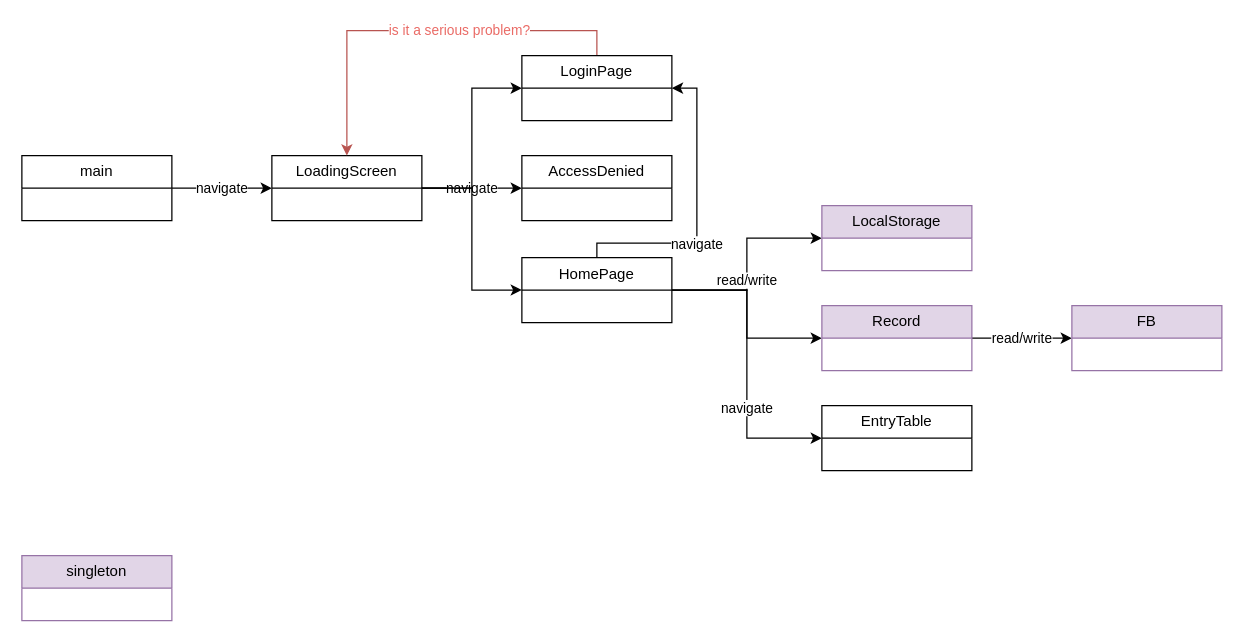
The draw.io diagram docs/class_diagram.drawio in JD1411GH/nitya_seva, before the edit. Source tidied: cells renumbered, new cells numbered last; positions are measured from the earlier drawing's top-left corner, leaving out a move shared by most shapes. Both pictures are drawn from the tidied source at 125%, with x=0, y=0 at pixel (21, 55).
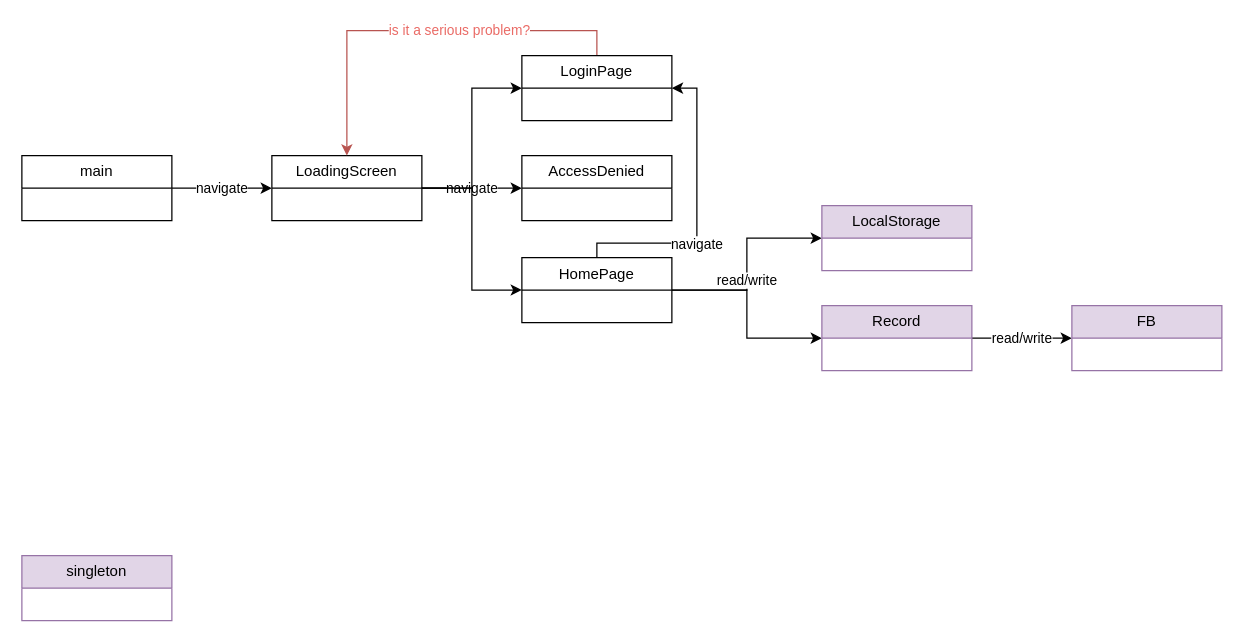
Above is the later version.

Unchanged cells that the change refers to:
```xml
<mxCell id="15" value="HomePage" style="swimlane;fontStyle=0;horizontal=1;startSize=26;fillColor=none;whiteSpace=wrap;html=1;" parent="1" vertex="1">
  <mxGeometry x="400" y="161.5" width="120" height="52" as="geometry" />
</mxCell>
```

Diff of the diagram source:
```diff
@@
-    <mxCell id="14" value="navigate" style="edgeStyle=orthogonalEdgeStyle;rounded=0;jettySize=auto;html=1;exitX=1;exitY=0.5;exitDx=0;exitDy=0;entryX=0;entryY=0.5;entryDx=0;entryDy=0;" parent="1" edge="1" source="15" target="19">
-      <mxGeometry x="0.28" relative="1" as="geometry">
-        <mxPoint y="1" as="offset" />
-      </mxGeometry>
-    </mxCell>
@@
-    <mxCell id="19" value="EntryTable" style="swimlane;fontStyle=0;horizontal=1;startSize=26;fillColor=none;whiteSpace=wrap;html=1;" parent="1" vertex="1">
-      <mxGeometry x="640" y="280" width="120" height="52" as="geometry" />
-    </mxCell>
```
